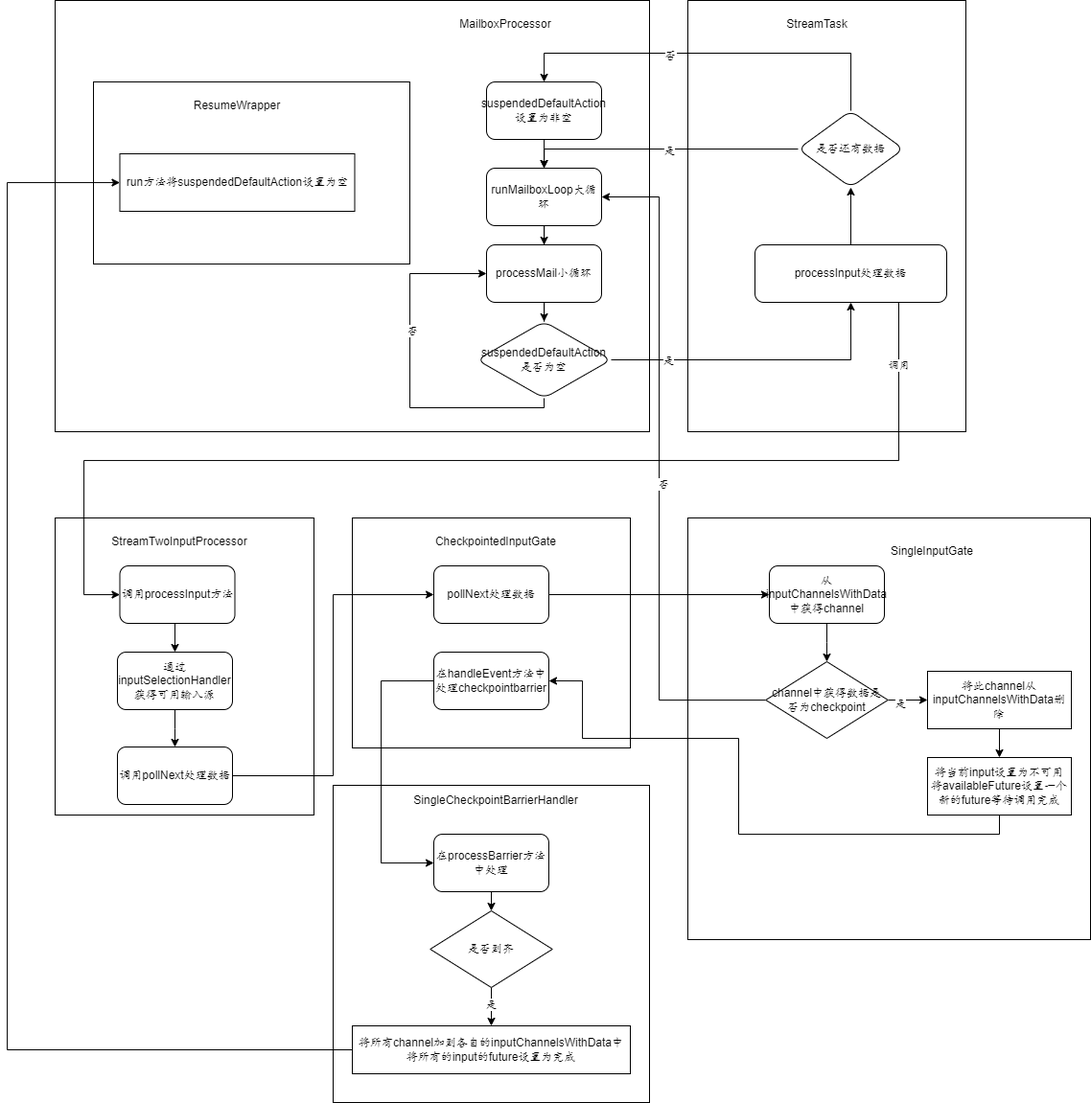
The draw.io diagram checkpoint在非源节点的处理逻辑.drawio.png in BaoPiao/blog, before a commit. Source tidied: cells renumbered, new cells last; positions are measured from the earlier drawing's top-left corner, leaving out a move shared by most shapes.
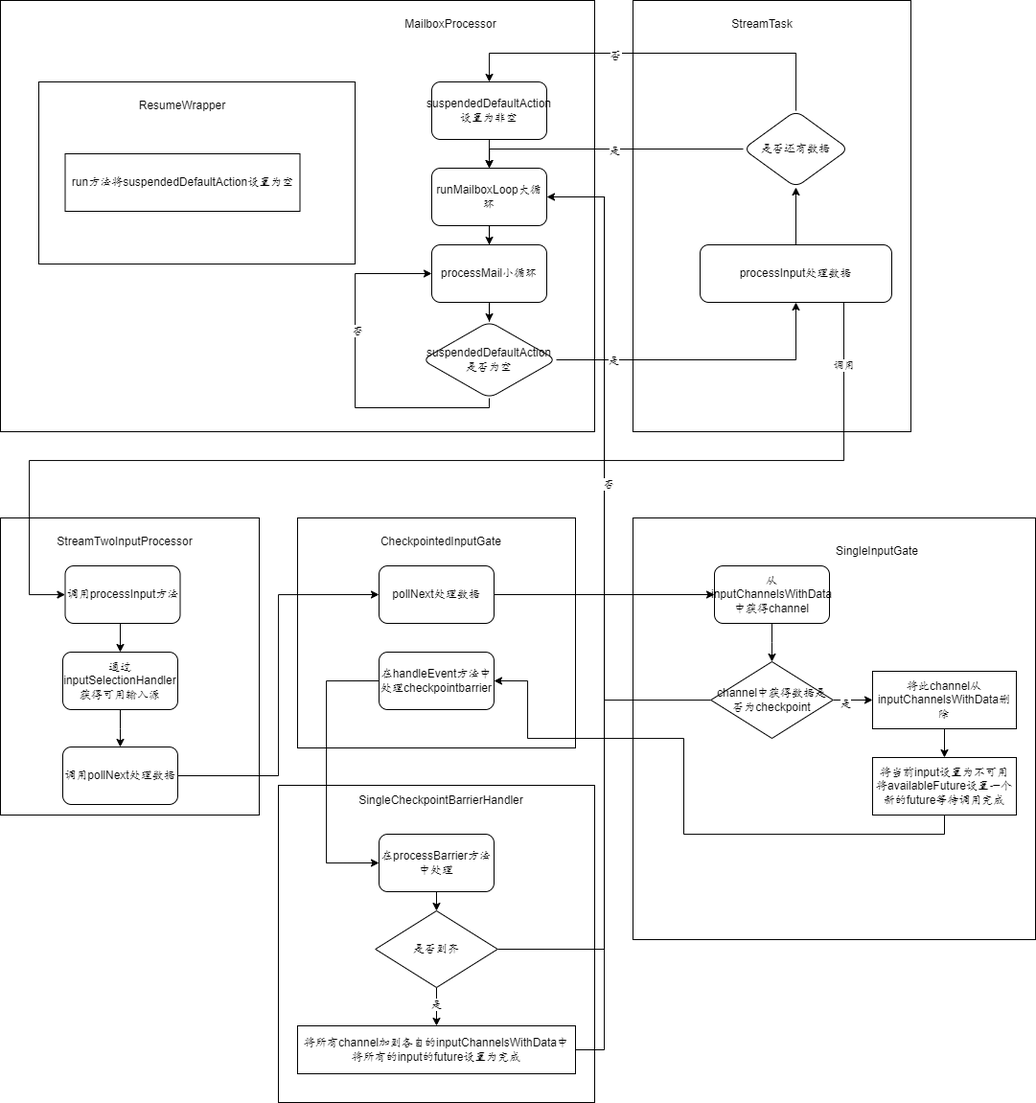
The same diagram one commit later.

Commit message:
Added checkpoint在非源节点的处理逻辑.drawio.png

Diff of the diagram source:
```diff
@@ -2,6 +2,25 @@
   <root>
     <mxCell id="0" />
     <mxCell id="1" parent="0" />
+    <mxCell id="5" style="rounded=0;whiteSpace=wrap;html=1;" parent="1" vertex="1">
+      <mxGeometry x="340" y="819" width="330" height="331" as="geometry" />
+    </mxCell>
+    <mxCell id="65" style="edgeStyle=orthogonalEdgeStyle;rounded=0;jettySize=auto;html=1;exitX=1;exitY=0.5;exitDx=0;exitDy=0;entryX=1;entryY=0.5;entryDx=0;entryDy=0;" parent="1" edge="1" source="60" target="9">
+      <mxGeometry relative="1" as="geometry">
+        <Array as="points">
+          <mxPoint x="680" y="1095" />
+          <mxPoint x="680" y="205" />
+        </Array>
+      </mxGeometry>
+    </mxCell>
+    <mxCell id="66" style="edgeStyle=orthogonalEdgeStyle;rounded=0;jettySize=auto;html=1;exitX=1;exitY=0.5;exitDx=0;exitDy=0;entryX=1;entryY=0.5;entryDx=0;entryDy=0;" parent="1" edge="1" source="58" target="9">
+      <mxGeometry relative="1" as="geometry">
+        <Array as="points">
+          <mxPoint x="680" y="990" />
+          <mxPoint x="680" y="205" />
+        </Array>
+      </mxGeometry>
+    </mxCell>
     <mxCell id="2" style="rounded=0;whiteSpace=wrap;html=1;" parent="1" vertex="1">
       <mxGeometry x="50" y="540" width="270" height="310" as="geometry" />
     </mxCell>
@@ -11,9 +30,6 @@
     <mxCell id="4" style="rounded=0;whiteSpace=wrap;html=1;" parent="1" vertex="1">
       <mxGeometry x="90" y="85" width="330" height="190" as="geometry" />
     </mxCell>
-    <mxCell id="5" style="rounded=0;whiteSpace=wrap;html=1;" parent="1" vertex="1">
-      <mxGeometry x="340" y="819" width="330" height="331" as="geometry" />
-    </mxCell>
     <mxCell id="6" style="rounded=0;whiteSpace=wrap;html=1;" parent="1" vertex="1">
       <mxGeometry x="360" y="540" width="290" height="240" as="geometry" />
     </mxCell>
@@ -214,14 +230,6 @@
     <mxCell id="58" value="是否到齐" style="rhombus;whiteSpace=wrap;html=1;" parent="1" vertex="1">
       <mxGeometry x="441.2" y="950" width="127.5" height="80" as="geometry" />
     </mxCell>
-    <mxCell id="59" style="edgeStyle=orthogonalEdgeStyle;rounded=0;jettySize=auto;html=1;exitX=0;exitY=0.5;exitDx=0;exitDy=0;" parent="1" edge="1" source="60" target="61">
-      <mxGeometry relative="1" as="geometry">
-        <Array as="points">
-          <mxPoint y="1095" />
-          <mxPoint y="190" />
-        </Array>
-      </mxGeometry>
-    </mxCell>
     <mxCell id="60" value="将所有channel加到各自的inputChannelsWithData中&lt;br&gt;将所有的input的future设置为完成" style="whiteSpace=wrap;html=1;" parent="1" vertex="1">
       <mxGeometry x="360" y="1070" width="290" height="50" as="geometry" />
     </mxCell>
```
